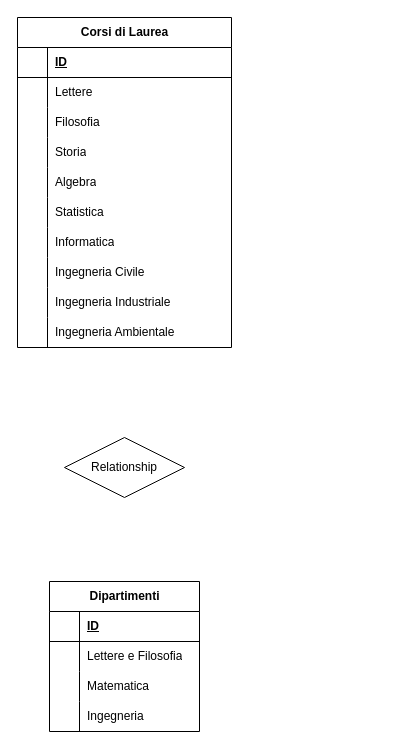
Before: diagram.drawio in diegotosato/db-university, a draw.io diagram. Source tidied: cells renumbered, new cells numbered last; positions are measured from the earlier drawing's top-left corner, leaving out a move shared by most shapes. Both pictures are drawn from the tidied source at 100%, with x=0, y=0 at pixel (17, 17).
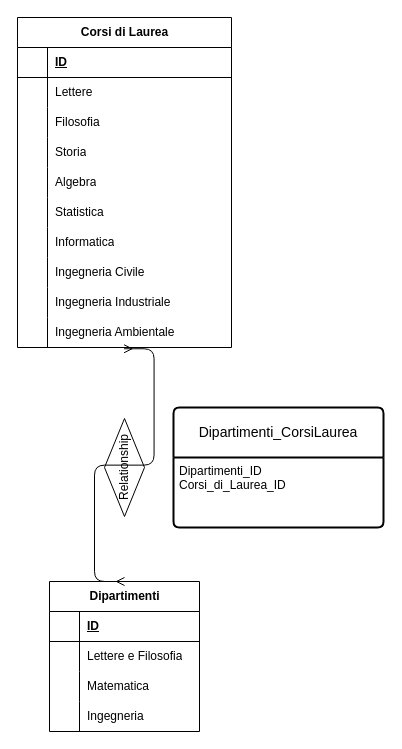
After the change.

Commit message (it also covers changes not shown here):
Update README and diagram to clarify university database structure and relationships

The change refers to these unchanged cells:
```xml
<mxCell id="2" value="Dipartimenti" style="shape=table;startSize=30;childLayout=tableLayout;rowLines=0;fontStyle=1;align=center;html=1;" parent="1" vertex="1">
  <mxGeometry x="32" y="564" width="150" height="150" as="geometry" />
</mxCell>
<mxCell id="43" style="shape=tableRow;horizontal=0;startSize=0;swimlaneHead=0;swimlaneBody=0;fillColor=none;points=[[0,0.5],[1,0.5]];portConstraint=eastwest;top=0;left=0;right=0;bottom=0;" parent="15" vertex="1">
  <mxGeometry y="300" width="214" height="30" as="geometry" />
</mxCell>
```

What changed in the source:
```diff
@@
-    <mxCell id="46" value="Relationship" style="shape=rhombus;perimeter=rhombusPerimeter;whiteSpace=wrap;html=1;align=center;" parent="1" vertex="1">
-      <mxGeometry x="47" y="420" width="120" height="60" as="geometry" />
+    <mxCell id="46" value="Relationship" style="shape=rhombus;perimeter=rhombusPerimeter;whiteSpace=wrap;html=1;align=center;rotation=-90;" parent="1" vertex="1">
+      <mxGeometry x="58" y="430" width="98" height="40" as="geometry" />
     </mxCell>
+    <mxCell id="47" style="edgeStyle=entityRelationEdgeStyle;fontSize=12;html=1;endArrow=ERmany;startArrow=ERmany;exitX=0.5;exitY=0;exitDx=0;exitDy=0;entryX=0.498;entryY=1.042;entryDx=0;entryDy=0;entryPerimeter=0;" parent="1" edge="1" source="2" target="43">
+      <mxGeometry relative="1" as="geometry" />
+    </mxCell>
+    <mxCell id="48" value="Dipartimenti_CorsiLaurea" style="swimlane;horizontal=1;startSize=50;rounded=1;fontSize=14;fontStyle=0;strokeWidth=2;shadow=0;dashed=0;align=center;arcSize=4;whiteSpace=wrap;html=1;" parent="1" vertex="1">
+      <mxGeometry x="156" y="390" width="210" height="120" as="geometry" />
+    </mxCell>
+    <mxCell id="49" value="Dipartimenti_ID&lt;br&gt;Corsi_di_Laurea_ID&lt;div&gt;&lt;br/&gt;&lt;/div&gt;" style="align=left;strokeColor=none;fillColor=none;spacingLeft=4;fontSize=12;verticalAlign=top;html=1;" parent="48" vertex="1">
+      <mxGeometry y="50" width="210" height="70" as="geometry" />
+    </mxCell>
```
